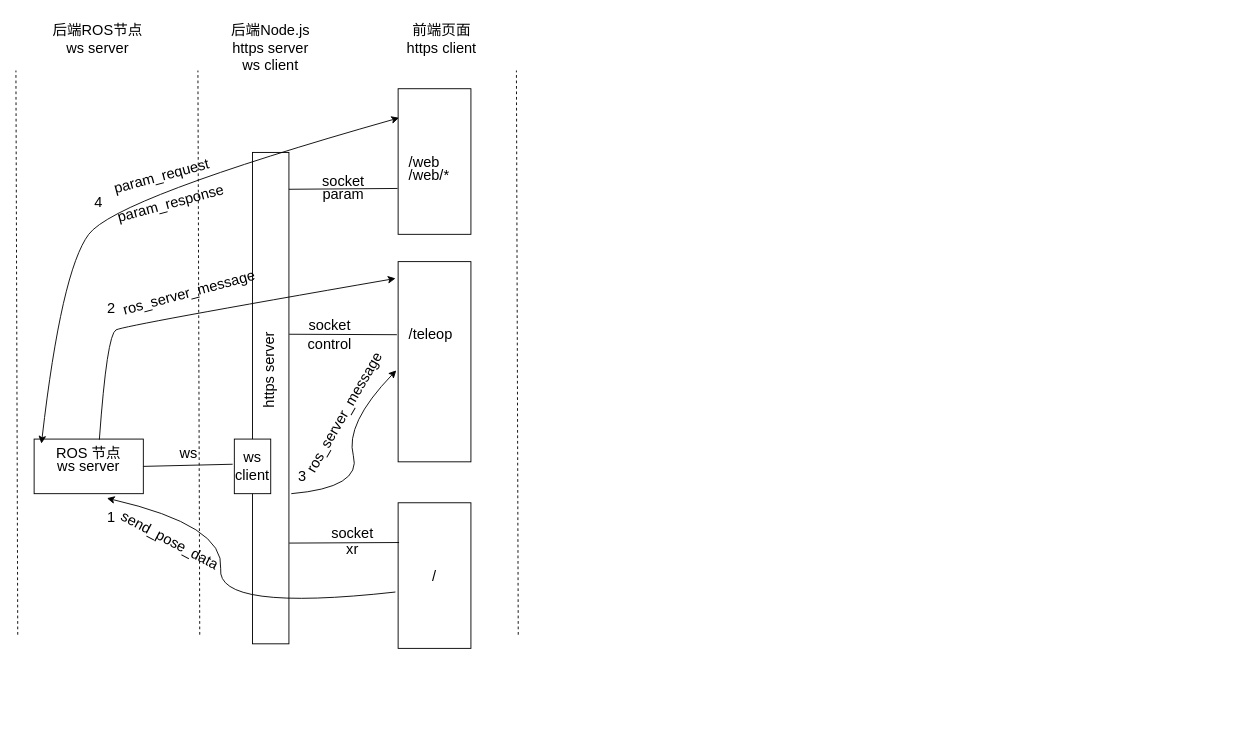
Above: teleop.drawio in zyyilotworking/project_data (draw.io), before the change. Source tidied: cells renumbered, new cells numbered last; positions are measured from the earlier drawing's top-left corner, leaving out a move shared by most shapes. Both pictures are drawn from the tidied source at 91%, with x=0, y=0 at pixel (15, 15).
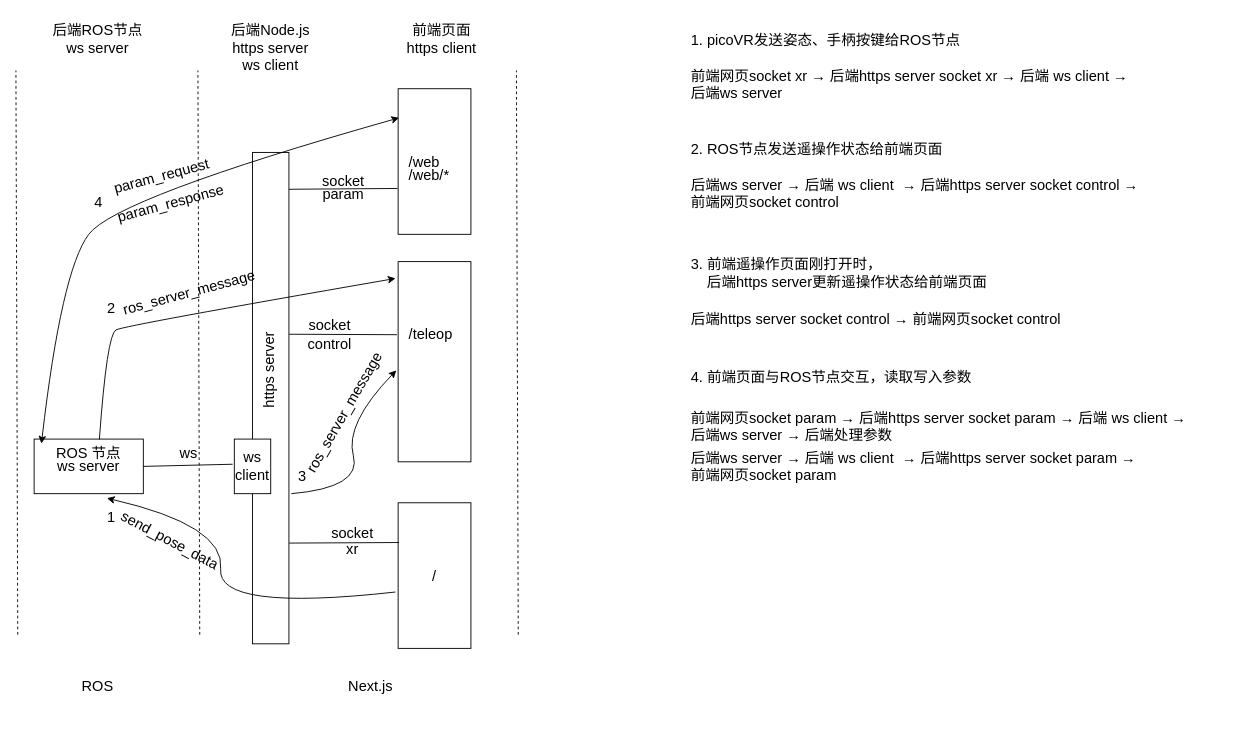
The same diagram, later.

Commit message:
更新通信流程过程

Diff of the diagram source:
```diff
@@
+    <mxCell id="44" value="&lt;font style=&quot;font-size: 16px;&quot;&gt;ROS&lt;br&gt;&lt;/font&gt;" style="text;html=1;whiteSpace=wrap;strokeColor=none;fillColor=none;align=center;verticalAlign=top;rounded=0;" parent="1" vertex="1">
+      <mxGeometry x="30" y="720" width="120" height="60" as="geometry" />
+    </mxCell>
+    <mxCell id="45" value="&lt;span style=&quot;font-size: 16px;&quot;&gt;Next.js&lt;/span&gt;" style="text;html=1;whiteSpace=wrap;strokeColor=none;fillColor=none;align=center;verticalAlign=top;rounded=0;" parent="1" vertex="1">
+      <mxGeometry x="330" y="720" width="120" height="60" as="geometry" />
+    </mxCell>
+    <mxCell id="46" value="&lt;span style=&quot;font-size: 16px;&quot;&gt;1. picoVR发送姿态、手柄按键给ROS节点&lt;/span&gt;" style="text;html=1;whiteSpace=wrap;strokeColor=none;fillColor=none;align=left;verticalAlign=top;rounded=0;" parent="1" vertex="1">
+      <mxGeometry x="740" y="10" width="350" height="30" as="geometry" />
+    </mxCell>
+    <mxCell id="47" value="&lt;span style=&quot;font-size: 16px;&quot;&gt;前端网页socket xr →&amp;nbsp;后端https server socket xr →&amp;nbsp;后端 ws client&amp;nbsp;→&lt;/span&gt;&lt;div&gt;&lt;span style=&quot;font-size: 16px;&quot;&gt;后端ws server&lt;/span&gt;&lt;/div&gt;" style="text;html=1;whiteSpace=wrap;strokeColor=none;fillColor=none;align=left;verticalAlign=top;rounded=0;" parent="1" vertex="1">
+      <mxGeometry x="740" y="50" width="610" height="50" as="geometry" />
+    </mxCell>
+    <mxCell id="48" value="&lt;span style=&quot;font-size: 16px;&quot;&gt;后端ws server →&amp;nbsp;后端 ws client&amp;nbsp; →&amp;nbsp;后端https server socket control →&lt;/span&gt;&lt;br&gt;&lt;span style=&quot;font-size: 16px;&quot;&gt;前端网页socket control&lt;/span&gt;" style="text;html=1;whiteSpace=wrap;strokeColor=none;fillColor=none;align=left;verticalAlign=top;rounded=0;" parent="1" vertex="1">
+      <mxGeometry x="740" y="170" width="610" height="50" as="geometry" />
+    </mxCell>
+    <mxCell id="49" value="&lt;span style=&quot;font-size: 16px;&quot;&gt;2. ROS节点发送遥操作状态给前端页面&lt;/span&gt;" style="text;html=1;whiteSpace=wrap;strokeColor=none;fillColor=none;align=left;verticalAlign=top;rounded=0;" parent="1" vertex="1">
+      <mxGeometry x="740" y="130" width="350" height="30" as="geometry" />
+    </mxCell>
+    <mxCell id="50" value="&lt;span style=&quot;font-size: 16px;&quot;&gt;3. 前端遥操作页面刚打开时，&lt;/span&gt;&lt;div&gt;&lt;span style=&quot;font-size: 16px;&quot;&gt;&amp;nbsp; &amp;nbsp; 后端https server更新遥操作状态给前端页面&lt;/span&gt;&lt;/div&gt;" style="text;html=1;whiteSpace=wrap;strokeColor=none;fillColor=none;align=left;verticalAlign=top;rounded=0;" parent="1" vertex="1">
+      <mxGeometry x="740" y="257.4" width="350" height="52.6" as="geometry" />
+    </mxCell>
+    <mxCell id="51" value="&lt;span style=&quot;font-size: 16px;&quot;&gt;后端https server socket control →&amp;nbsp;前端网页socket control&lt;/span&gt;" style="text;html=1;whiteSpace=wrap;strokeColor=none;fillColor=none;align=left;verticalAlign=top;rounded=0;" parent="1" vertex="1">
+      <mxGeometry x="740" y="317.4" width="610" height="50" as="geometry" />
+    </mxCell>
+    <mxCell id="52" value="&lt;span style=&quot;font-size: 16px;&quot;&gt;4. 前端页面与ROS节点交互，读取写入参数&lt;/span&gt;" style="text;html=1;whiteSpace=wrap;strokeColor=none;fillColor=none;align=left;verticalAlign=top;rounded=0;" parent="1" vertex="1">
+      <mxGeometry x="740" y="381" width="350" height="30" as="geometry" />
+    </mxCell>
+    <mxCell id="53" value="&lt;span style=&quot;font-size: 16px;&quot;&gt;前端网页socket param →&amp;nbsp;后端https server socket param →&amp;nbsp;后端 ws client&amp;nbsp;→&lt;/span&gt;&lt;div&gt;&lt;span style=&quot;font-size: 16px;&quot;&gt;后端ws server →&amp;nbsp;后端处理参数&lt;/span&gt;&lt;/div&gt;" style="text;html=1;whiteSpace=wrap;strokeColor=none;fillColor=none;align=left;verticalAlign=top;rounded=0;" parent="1" vertex="1">
+      <mxGeometry x="740" y="425.5" width="610" height="50" as="geometry" />
+    </mxCell>
+    <mxCell id="54" value="&lt;span style=&quot;font-size: 16px;&quot;&gt;后端ws server →&amp;nbsp;后端 ws client&amp;nbsp; →&amp;nbsp;后端https server socket param →&lt;/span&gt;&lt;br&gt;&lt;span style=&quot;font-size: 16px;&quot;&gt;前端网页socket param&lt;/span&gt;" style="text;html=1;whiteSpace=wrap;strokeColor=none;fillColor=none;align=left;verticalAlign=top;rounded=0;" parent="1" vertex="1">
+      <mxGeometry x="740" y="470" width="610" height="50" as="geometry" />
+    </mxCell>
```
